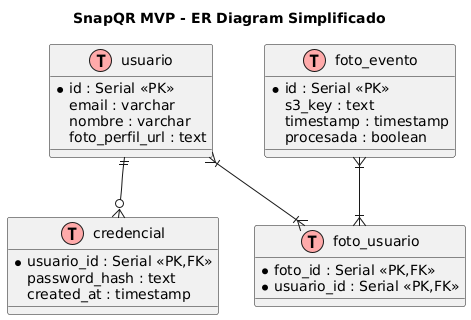
Earlier version of the PlantUML export img/er.png (JazzDataSolutions/snapqr). The source it was exported from:
```plantuml
@startuml
!define table(x) class "x" << (T,#FFAAAA) >>
title "SnapQR MVP - ER Diagram Simplificado"

table(usuario) {
  *id : Serial <<PK>>
  email : varchar
  nombre : varchar
  foto_perfil_url : text
}

table(credencial) {
  *usuario_id : Serial <<PK,FK>>
  password_hash : text
  created_at : timestamp
}

table(foto_evento) {
  *id : Serial <<PK>>
  s3_key : text
  timestamp : timestamp
  procesada : boolean
}

table(foto_usuario) {
  *foto_id : Serial <<PK,FK>>
  *usuario_id : Serial <<PK,FK>>
}

usuario ||--o{ credencial
usuario }|--|{ foto_usuario
foto_evento }|--|{ foto_usuario
@enduml
```
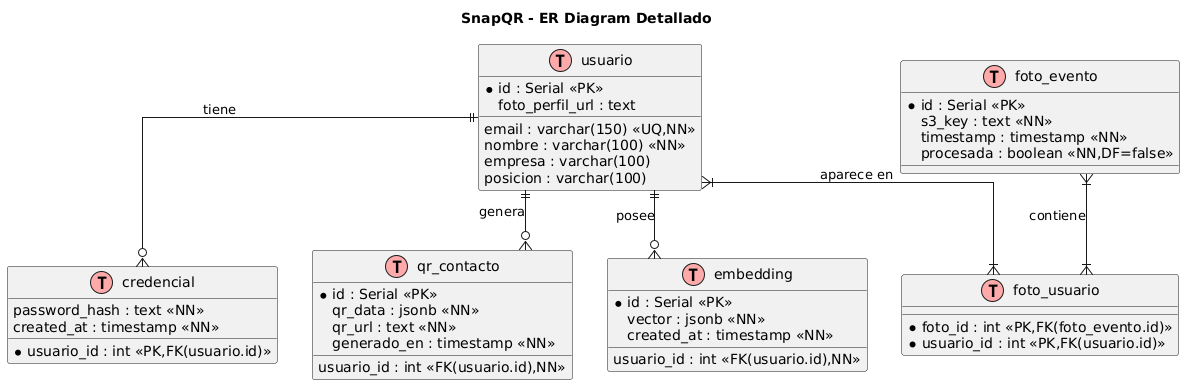
Above is the later version.

Change to the diagram source:
```diff
@@ -1,33 +1,54 @@
 @startuml
 !define table(x) class "x" << (T,#FFAAAA) >>
-title "SnapQR MVP - ER Diagram Simplificado"
+skinparam linetype ortho
+
+title SnapQR - ER Diagram Detallado
 
 table(usuario) {
   *id : Serial <<PK>>
-  email : varchar
-  nombre : varchar
+  email : varchar(150) <<UQ,NN>>
+  nombre : varchar(100) <<NN>>
+  empresa : varchar(100)
+  posicion : varchar(100)
   foto_perfil_url : text
 }
 
 table(credencial) {
-  *usuario_id : Serial <<PK,FK>>
-  password_hash : text
-  created_at : timestamp
+  *usuario_id : int <<PK,FK(usuario.id)>>
+  password_hash : text <<NN>>
+  created_at : timestamp <<NN>>
+}
+
+table(qr_contacto) {
+  *id : Serial <<PK>>
+  usuario_id : int <<FK(usuario.id),NN>>
+  qr_data : jsonb <<NN>>
+  qr_url : text <<NN>>
+  generado_en : timestamp <<NN>>
 }
 
 table(foto_evento) {
   *id : Serial <<PK>>
-  s3_key : text
-  timestamp : timestamp
-  procesada : boolean
+  s3_key : text <<NN>>
+  timestamp : timestamp <<NN>>
+  procesada : boolean <<NN,DF=false>>
 }
 
 table(foto_usuario) {
-  *foto_id : Serial <<PK,FK>>
-  *usuario_id : Serial <<PK,FK>>
+  *foto_id : int <<PK,FK(foto_evento.id)>>
+  *usuario_id : int <<PK,FK(usuario.id)>>
 }
 
-usuario ||--o{ credencial
-usuario }|--|{ foto_usuario
-foto_evento }|--|{ foto_usuario
+table(embedding) {
+  *id : Serial <<PK>>
+  usuario_id : int <<FK(usuario.id),NN>>
+  vector : jsonb <<NN>>
+  created_at : timestamp <<NN>>
+}
+
+usuario ||--o{ credencial       : tiene
+usuario ||--o{ qr_contacto      : genera
+usuario ||--o{ embedding        : posee
+usuario }|--|{ foto_usuario     : aparece en
+foto_evento }|--|{ foto_usuario  : contiene
 @enduml
```
